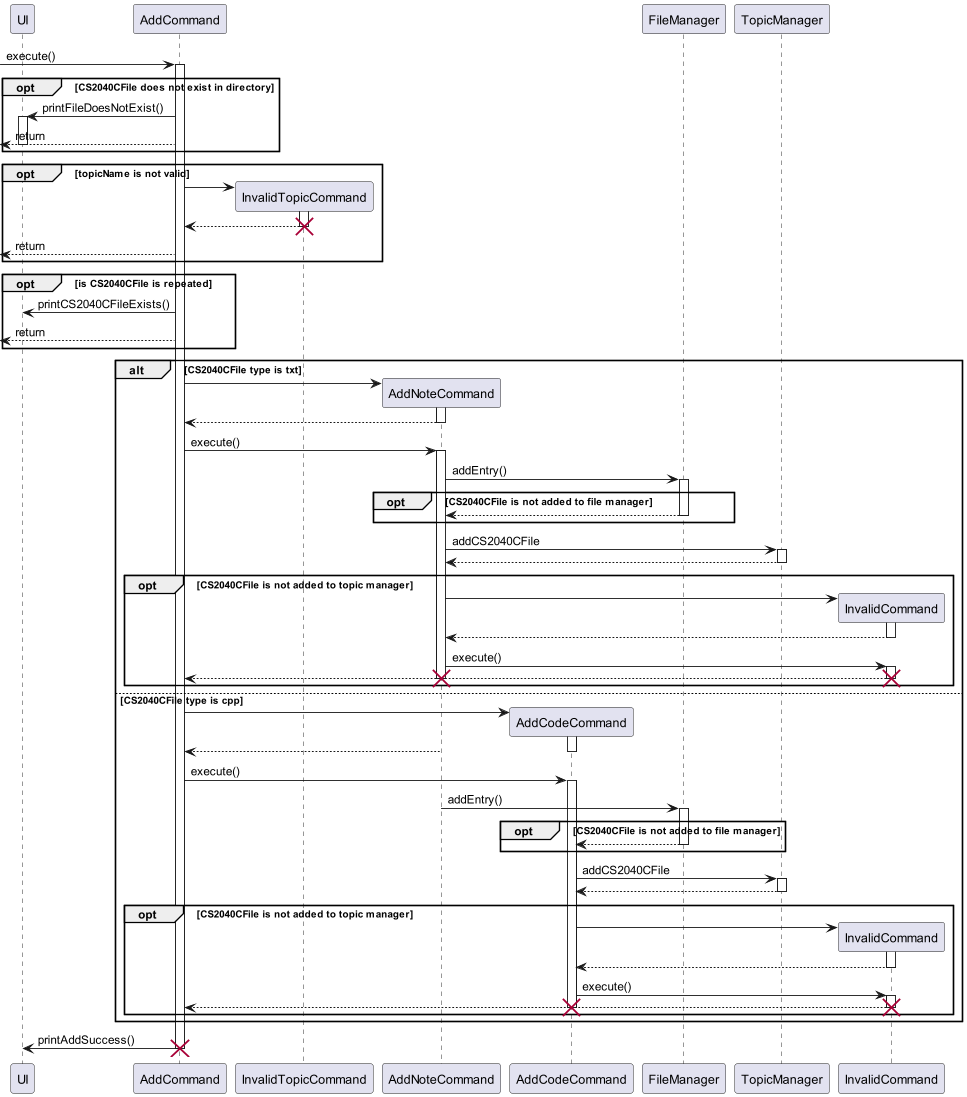
Above: docs/sequence-diagrams/diagrams/AddFeature.png in ong-ck/tp (PlantUML), before the change. Source of this version:
```plantuml
@startuml



participant UI as ui
participant AddCommand as a
participant InvalidTopicCommand as it
participant AddNoteCommand as an
participant AddCodeCommand as ac

-> a : execute()
activate a
    opt CS2040CFile does not exist in directory
        a -> ui : printFileDoesNotExist()
        activate ui
        <-- a : return
        deactivate ui
    end
    opt topicName is not valid
        a -> it **
        activate it
        it --> a
        deactivate it
        destroy it
        <-- a : return
    end
    opt is CS2040CFile is repeated
        a -> ui : printCS2040CFileExists()
        <-- a : return
    end
    alt CS2040CFile type is txt
        a -> an **
        activate an
        an --> a
        deactivate an
        a -> an : execute()
        participant FileManager as fm
        activate an
        an -> fm : addEntry()
        activate fm
        opt CS2040CFile is not added to file manager
            fm --> an
            deactivate fm
        end
        participant TopicManager as tm
        an -> tm : addCS2040CFile
        activate tm
        tm --> an
        deactivate tm
        opt CS2040CFile is not added to topic manager
        participant InvalidCommand as ic
            an -> ic **
            activate ic
            ic --> an
            deactivate ic


            an -> ic : execute()
            activate ic
            ic --> a
            deactivate ic
            destroy ic
            destroy an
        end
    else CS2040CFile type is cpp
        a -> ac **
        activate ac
        an --> a
        deactivate ac
        a -> ac : execute()
        activate ac
        an -> fm : addEntry()
        activate fm
        opt CS2040CFile is not added to file manager
            fm --> ac
            deactivate fm
        end
        ac -> tm : addCS2040CFile
        activate tm
        tm --> ac
        deactivate tm
        opt CS2040CFile is not added to topic manager
            ac -> ic **
            activate ic
            ic --> ac
            deactivate ic

            ac -> ic : execute()
            activate ic
            ic --> a
            deactivate ic
            destroy ic
            destroy ac
        end
    end

a -> ui : printAddSuccess()
destroy a



@enduml
```
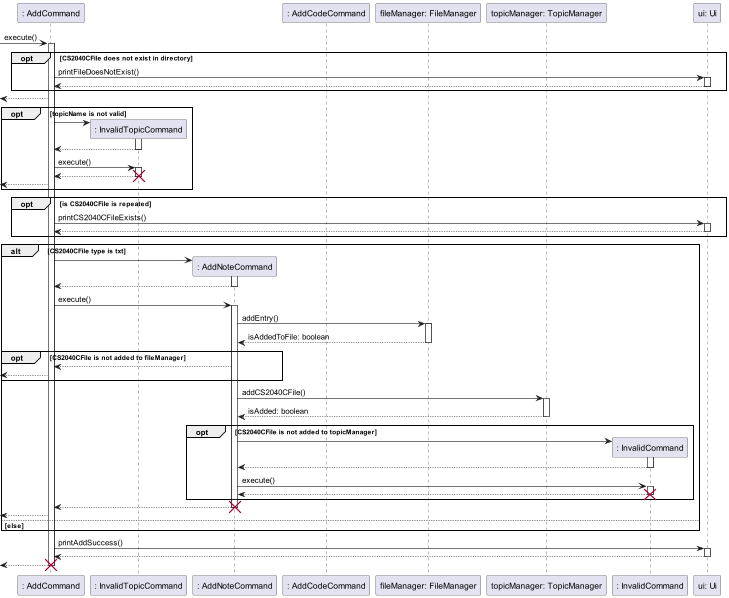
Later version of the same file.

The edit, as a diff of the source:
```diff
@@ -1,102 +1,80 @@
 @startuml
 
-
-
-participant UI as ui
-participant AddCommand as a
-participant InvalidTopicCommand as it
-participant AddNoteCommand as an
-participant AddCodeCommand as ac
+participant ": AddCommand" as a
+participant ": InvalidTopicCommand" as it
+participant ": AddNoteCommand" as an
+participant ": AddCodeCommand" as ac
+participant "fileManager: FileManager" as fm
+participant "topicManager: TopicManager" as tm
+participant ": InvalidCommand" as ic
+participant "ui: Ui" as ui
 
 -> a : execute()
 activate a
     opt CS2040CFile does not exist in directory
         a -> ui : printFileDoesNotExist()
         activate ui
-        <-- a : return
-        deactivate ui
+        return
     end
+    <-- a
+
     opt topicName is not valid
         a -> it **
         activate it
-        it --> a
-        deactivate it
+        return
+
+        a -> it: execute()
+        activate it
+        return
         destroy it
-        <-- a : return
+        <-- a
     end
+
     opt is CS2040CFile is repeated
         a -> ui : printCS2040CFileExists()
-        <-- a : return
+        activate ui
+        return
     end
+
     alt CS2040CFile type is txt
         a -> an **
         activate an
-        an --> a
-        deactivate an
+        return
+
         a -> an : execute()
-        participant FileManager as fm
         activate an
-        an -> fm : addEntry()
-        activate fm
-        opt CS2040CFile is not added to file manager
-            fm --> an
-            deactivate fm
+            an -> fm : addEntry()
+            activate fm
+            return isAddedToFile: boolean
+
+            opt CS2040CFile is not added to fileManager
+                an --> a
+                <-- a
+            end
+
+            an -> tm : addCS2040CFile()
+            activate tm
+            return isAdded: boolean
+
+            opt CS2040CFile is not added to topicManager
+                an -> ic **
+                activate ic
+                return
+
+                an -> ic : execute()
+                activate ic
+                return
+                destroy ic
+            end
+            return
+            destroy an
+            <-- a
+        else else
         end
-        participant TopicManager as tm
-        an -> tm : addCS2040CFile
-        activate tm
-        tm --> an
-        deactivate tm
-        opt CS2040CFile is not added to topic manager
-        participant InvalidCommand as ic
-            an -> ic **
-            activate ic
-            ic --> an
-            deactivate ic
-
-
-            an -> ic : execute()
-            activate ic
-            ic --> a
-            deactivate ic
-            destroy ic
-            destroy an
-        end
-    else CS2040CFile type is cpp
-        a -> ac **
-        activate ac
-        an --> a
-        deactivate ac
-        a -> ac : execute()
-        activate ac
-        an -> fm : addEntry()
-        activate fm
-        opt CS2040CFile is not added to file manager
-            fm --> ac
-            deactivate fm
-        end
-        ac -> tm : addCS2040CFile
-        activate tm
-        tm --> ac
-        deactivate tm
-        opt CS2040CFile is not added to topic manager
-            ac -> ic **
-            activate ic
-            ic --> ac
-            deactivate ic
-
-            ac -> ic : execute()
-            activate ic
-            ic --> a
-            deactivate ic
-            destroy ic
-            destroy ac
-        end
-    end
-
-a -> ui : printAddSuccess()
+    a -> ui : printAddSuccess()
+    activate ui
+    return
+return
 destroy a
 
-
-
 @enduml
```
